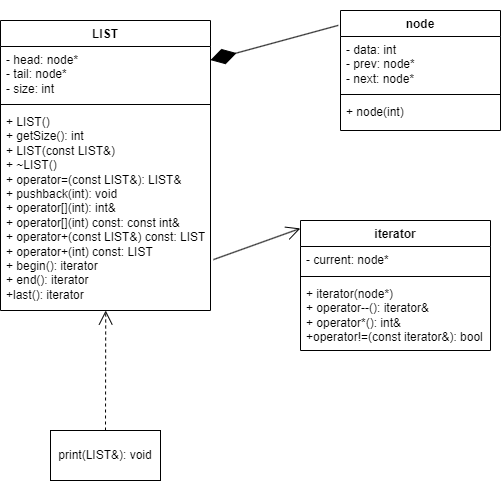
Above: 2nd semester/lab class 6/lab class 6.png in upupupahah/pupu (draw.io), before the change. Source tidied: cells renumbered, new cells last; positions are measured from the earlier drawing's top-left corner, leaving out a move shared by most shapes. Its diagram source:
```xml
<mxGraphModel>
  <root>
    <mxCell id="0" />
    <mxCell id="1" parent="0" />
    <mxCell id="2" value="LIST" style="swimlane;fontStyle=1;align=center;verticalAlign=top;horizontal=1;startSize=26;whiteSpace=wrap;html=1;" parent="1" vertex="1">
      <mxGeometry y="10" width="210" height="290" as="geometry" />
    </mxCell>
    <mxCell id="3" value="- head: node*&lt;div&gt;- tail: node*&lt;/div&gt;&lt;div&gt;- size: int&lt;/div&gt;" style="text;strokeColor=none;fillColor=none;align=left;verticalAlign=top;spacingLeft=4;spacingRight=4;overflow=hidden;points=[[0,0.5],[1,0.5]];portConstraint=eastwest;whiteSpace=wrap;html=1;" parent="2" vertex="1">
      <mxGeometry y="26" width="210" height="54" as="geometry" />
    </mxCell>
    <mxCell id="4" style="line;strokeWidth=1;fillColor=none;align=left;verticalAlign=middle;spacingTop=-1;spacingLeft=3;spacingRight=3;labelPosition=right;strokeColor=inherit;" parent="2" vertex="1">
      <mxGeometry y="80" width="210" height="8" as="geometry" />
    </mxCell>
    <mxCell id="5" value="+ LIST()&lt;div&gt;+ getSize(): int&lt;br&gt;&lt;div&gt;+ LIST(const LIST&amp;amp;)&lt;/div&gt;&lt;div&gt;+ ~LIST()&lt;/div&gt;&lt;div&gt;+ operator=(const LIST&amp;amp;): LIST&amp;amp;&lt;/div&gt;&lt;div&gt;+ pushback(int): void&lt;/div&gt;&lt;div&gt;+ operator[](int): int&amp;amp;&lt;/div&gt;&lt;div&gt;+ operator[](int) const: const int&amp;amp;&lt;/div&gt;&lt;div&gt;+ operator+(const LIST&amp;amp;) const: LIST&lt;/div&gt;&lt;div&gt;+ operator+(int) const: LIST&lt;/div&gt;&lt;div&gt;+ begin(): iterator&lt;/div&gt;&lt;div&gt;+ end(): iterator&lt;/div&gt;&lt;div&gt;+last(): iterator&lt;/div&gt;&lt;/div&gt;" style="text;strokeColor=none;fillColor=none;align=left;verticalAlign=top;spacingLeft=4;spacingRight=4;overflow=hidden;points=[[0,0.5],[1,0.5]];portConstraint=eastwest;whiteSpace=wrap;html=1;" parent="2" vertex="1">
      <mxGeometry y="88" width="210" height="202" as="geometry" />
    </mxCell>
    <mxCell id="6" value="iterator" style="swimlane;fontStyle=1;align=center;verticalAlign=top;horizontal=1;startSize=26;whiteSpace=wrap;html=1;" parent="1" vertex="1">
      <mxGeometry x="300" y="210" width="190" height="130" as="geometry" />
    </mxCell>
    <mxCell id="7" value="- current: node*" style="text;strokeColor=none;fillColor=none;align=left;verticalAlign=top;spacingLeft=4;spacingRight=4;overflow=hidden;whiteSpace=wrap;html=1;" parent="6" vertex="1">
      <mxGeometry y="26" width="190" height="26" as="geometry" />
    </mxCell>
    <mxCell id="8" style="line;strokeWidth=1;fillColor=none;align=left;verticalAlign=middle;spacingTop=-1;spacingLeft=3;spacingRight=3;labelPosition=right;strokeColor=inherit;" parent="6" vertex="1">
      <mxGeometry y="52" width="190" height="8" as="geometry" />
    </mxCell>
    <mxCell id="9" value="+ iterator(node*)&lt;div&gt;+ operator--(): iterator&amp;amp;&lt;/div&gt;&lt;div&gt;+ operator*(): int&amp;amp;&lt;/div&gt;&lt;div&gt;+operator!=(const iterator&amp;amp;): bool&lt;/div&gt;" style="text;strokeColor=none;fillColor=none;align=left;verticalAlign=top;spacingLeft=4;spacingRight=4;overflow=hidden;whiteSpace=wrap;html=1;" parent="6" vertex="1">
      <mxGeometry y="60" width="190" height="70" as="geometry" />
    </mxCell>
    <mxCell id="10" value="node" style="swimlane;fontStyle=1;align=center;verticalAlign=top;horizontal=1;startSize=26;whiteSpace=wrap;html=1;" parent="1" vertex="1">
      <mxGeometry x="340" width="160" height="120" as="geometry" />
    </mxCell>
    <mxCell id="11" value="- data: int&lt;div&gt;- prev: node*&lt;/div&gt;&lt;div&gt;- next: node*&lt;/div&gt;" style="text;strokeColor=none;fillColor=none;align=left;verticalAlign=top;spacingLeft=4;spacingRight=4;overflow=hidden;whiteSpace=wrap;html=1;" parent="10" vertex="1">
      <mxGeometry y="26" width="160" height="54" as="geometry" />
    </mxCell>
    <mxCell id="12" style="line;strokeWidth=1;fillColor=none;align=left;verticalAlign=middle;spacingTop=-1;spacingLeft=3;spacingRight=3;labelPosition=right;strokeColor=inherit;" parent="10" vertex="1">
      <mxGeometry y="80" width="160" height="8" as="geometry" />
    </mxCell>
    <mxCell id="13" value="+ node(int)" style="text;strokeColor=none;fillColor=none;align=left;verticalAlign=top;spacingLeft=4;spacingRight=4;overflow=hidden;points=[[0,0.5],[1,0.5]];portConstraint=eastwest;whiteSpace=wrap;html=1;" parent="10" vertex="1">
      <mxGeometry y="88" width="160" height="32" as="geometry" />
    </mxCell>
    <mxCell id="14" style="endArrow=diamondThin;endFill=1;endSize=24;html=1;rounded=0;entryX=1;entryY=0.252;entryDx=0;entryDy=0;exitX=-0.014;exitY=0.124;exitDx=0;exitDy=0;exitPerimeter=0;entryPerimeter=0;" parent="1" edge="1" source="10" target="3">
      <mxGeometry relative="1" as="geometry" />
    </mxCell>
    <mxCell id="15" style="endArrow=open;endFill=1;endSize=12;html=1;rounded=0;exitX=1.014;exitY=0.748;exitDx=0;exitDy=0;exitPerimeter=0;entryX=-0.001;entryY=0.061;entryDx=0;entryDy=0;entryPerimeter=0;" parent="1" edge="1" source="5" target="6">
      <mxGeometry relative="1" as="geometry" />
    </mxCell>
    <mxCell id="16" value="print(LIST&amp;amp;): void" style="html=1;whiteSpace=wrap;" parent="1" vertex="1">
      <mxGeometry x="50" y="420" width="110" height="50" as="geometry" />
    </mxCell>
    <mxCell id="17" style="endArrow=open;endSize=12;dashed=1;html=1;rounded=0;exitX=0.5;exitY=0;exitDx=0;exitDy=0;entryX=0.501;entryY=1;entryDx=0;entryDy=0;entryPerimeter=0;" parent="1" edge="1" source="16" target="5">
      <mxGeometry relative="1" as="geometry" />
    </mxCell>
  </root>
</mxGraphModel>
```
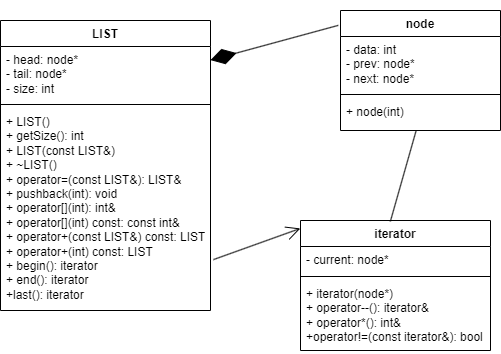
Later version of the same file.

Diff of the diagram source:
```diff
@@ -44,11 +44,8 @@
     <mxCell id="15" style="endArrow=open;endFill=1;endSize=12;html=1;rounded=0;exitX=1.014;exitY=0.748;exitDx=0;exitDy=0;exitPerimeter=0;entryX=-0.001;entryY=0.061;entryDx=0;entryDy=0;entryPerimeter=0;" parent="1" edge="1" source="5" target="6">
       <mxGeometry relative="1" as="geometry" />
     </mxCell>
-    <mxCell id="16" value="print(LIST&amp;amp;): void" style="html=1;whiteSpace=wrap;" parent="1" vertex="1">
-      <mxGeometry x="50" y="420" width="110" height="50" as="geometry" />
-    </mxCell>
-    <mxCell id="17" style="endArrow=open;endSize=12;dashed=1;html=1;rounded=0;exitX=0.5;exitY=0;exitDx=0;exitDy=0;entryX=0.501;entryY=1;entryDx=0;entryDy=0;entryPerimeter=0;" parent="1" edge="1" source="16" target="5">
-      <mxGeometry relative="1" as="geometry" />
-    </mxCell>
+    <mxCell id="18" style="endArrow=none;html=1;rounded=0;exitX=0.473;exitY=0.007;exitDx=0;exitDy=0;exitPerimeter=0;entryX=0.473;entryY=0.999;entryDx=0;entryDy=0;entryPerimeter=0;" parent="1" edge="1" source="6" target="13">
+      <mxGeometry relative="1" as="geometry" />
+    </mxCell>
   </root>
 </mxGraphModel>
```
